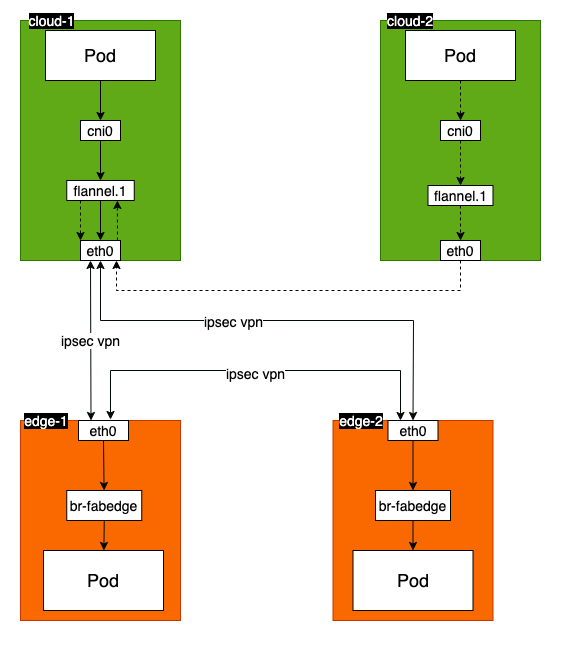
The draw.io diagram docs/img/fabedge cloud-pod access edge-pod.png in superedge/superedge, before a commit. Source tidied: cells renumbered, new cells last; positions are measured from the earlier drawing's top-left corner, leaving out a move shared by most shapes.
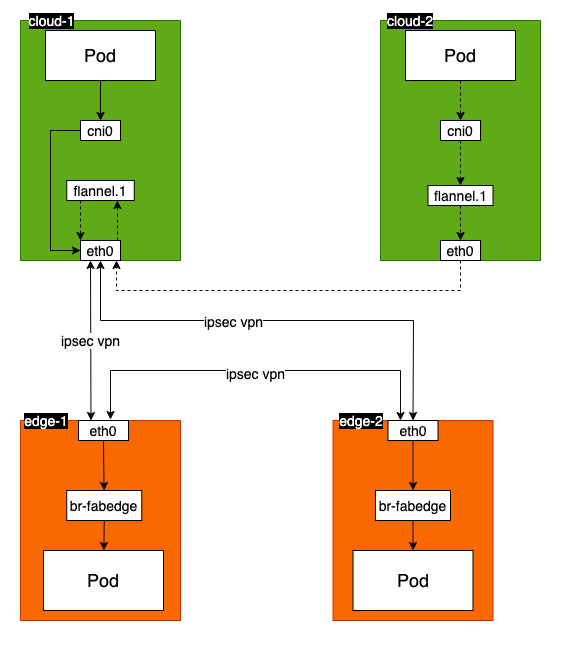
Above is the later version.

What changed in the source:
```diff
@@ -38,12 +38,6 @@
     <mxCell id="13" style="endArrow=classic;html=1;exitX=0.5;exitY=1;exitDx=0;exitDy=0;entryX=0.5;entryY=0;entryDx=0;entryDy=0;" parent="1" edge="1" source="11" target="9">
       <mxGeometry relative="1" as="geometry" />
     </mxCell>
-    <mxCell id="14" style="endArrow=classic;html=1;exitX=0.5;exitY=1;exitDx=0;exitDy=0;entryX=0.5;entryY=0;entryDx=0;entryDy=0;" parent="1" edge="1" source="9" target="7">
-      <mxGeometry relative="1" as="geometry" />
-    </mxCell>
-    <mxCell id="15" style="endArrow=classic;html=1;exitX=0.5;exitY=1;exitDx=0;exitDy=0;" parent="1" edge="1" source="7" target="5">
-      <mxGeometry relative="1" as="geometry" />
-    </mxCell>
     <mxCell id="16" value="&lt;font style=&quot;font-size: 18px&quot;&gt;Pod&lt;/font&gt;" style="rounded=0;whiteSpace=wrap;html=1;" parent="1" vertex="1">
       <mxGeometry x="405" y="30" width="110" height="50" as="geometry" />
     </mxCell>
@@ -145,5 +139,13 @@
     <mxCell id="42" value="&lt;font style=&quot;font-size: 14px ; background-color: rgb(0 , 0 , 0)&quot; color=&quot;#ffffff&quot;&gt;edge-2&lt;/font&gt;" style="text;html=1;strokeColor=none;fillColor=none;align=center;verticalAlign=middle;whiteSpace=wrap;rounded=0;" parent="1" vertex="1">
       <mxGeometry x="333.5" y="410" width="54" height="20" as="geometry" />
     </mxCell>
+    <mxCell id="43" style="endArrow=classic;html=1;exitX=0;exitY=0.5;exitDx=0;exitDy=0;entryX=0;entryY=0.5;entryDx=0;entryDy=0;rounded=0;" parent="1" edge="1" source="9" target="5">
+      <mxGeometry relative="1" as="geometry">
+        <Array as="points">
+          <mxPoint x="50" y="130" />
+          <mxPoint x="50" y="250" />
+        </Array>
+      </mxGeometry>
+    </mxCell>
   </root>
 </mxGraphModel>
```
